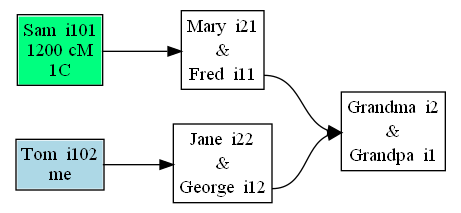
This is test-data/adop.png from johnandrea/draw-dna-matches, a Graphviz export, as it was before one commit. Its source is kept beside it as test-data/adop.dot.
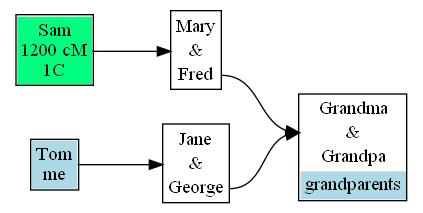
The same diagram one commit later.

The edit, as a diff of the source:
```diff
@@ -3,32 +3,33 @@
 rankdir=LR;
 f1 [label=<
 <table cellpadding="3" border="1" cellspacing="0" cellborder="0">
-<tr><td port="w">Grandma  i2</td></tr>
+<tr><td port="w">Grandma</td></tr>
 <tr><td port="u" cellpadding="0" cellspacing="0">&amp;</td></tr>
-<tr><td port="h">Grandpa  i1</td></tr>
+<tr><td port="h">Grandpa</td></tr>
+<tr><td bgcolor="lightblue">grandparents</td></tr>
 </table>>];
 f11 [label=<
 <table cellpadding="3" border="1" cellspacing="0" cellborder="0">
-<tr><td port="w">Mary  i21</td></tr>
+<tr><td port="w">Mary</td></tr>
 <tr><td port="u" cellpadding="0" cellspacing="0">&amp;</td></tr>
-<tr><td port="h">Fred  i11</td></tr>
+<tr><td port="h">Fred</td></tr>
 </table>>];
 f12 [label=<
 <table cellpadding="3" border="1" cellspacing="0" cellborder="0">
-<tr><td port="w">Jane  i22</td></tr>
+<tr><td port="w">Jane</td></tr>
 <tr><td port="u" cellpadding="0" cellspacing="0">&amp;</td></tr>
-<tr><td port="h">George  i12</td></tr>
+<tr><td port="h">George</td></tr>
+</table>>];
+i101 [label=<
+<table cellpadding="3" border="1" cellspacing="0" cellborder="0">
+<tr><td port="i" bgcolor="springgreen">Sam<br/>1200 cM<br/>1C</td></tr>
 </table>>];
 i102 [label=<
 <table cellpadding="3" border="1" cellspacing="0" cellborder="0">
-<tr><td port="i" bgcolor="lightblue">Tom  i102<br/>me</td></tr>
-</table>>];
-i101 [label=<
-<table cellpadding="3" border="1" cellspacing="0" cellborder="0">
-<tr><td port="i" bgcolor="springgreen">Sam  i101<br/>1200 cM<br/>1C</td></tr>
+<tr><td port="i" bgcolor="lightblue">Tom<br/>me</td></tr>
 </table>>];
 i101:i -> f11:u;
+f12:h -> f1:u;
+f11:h -> f1:u;
 i102:i -> f12:u;
-f11:h -> f1:u;
-f12:h -> f1:u;
 }
```
